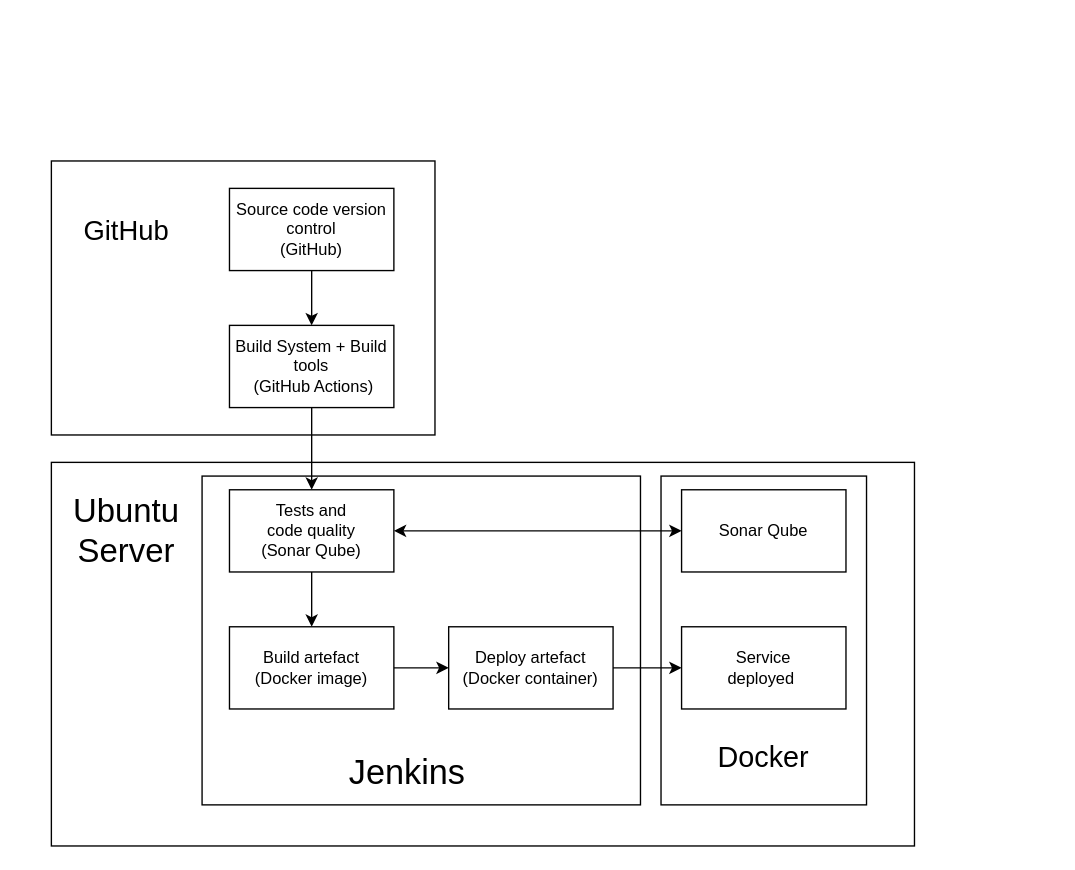
Above: documentation/pipeline.drawio in 100volts/100volts-desktop (draw.io), before the change. Source tidied: cells renumbered, new cells numbered last; positions are measured from the earlier drawing's top-left corner, leaving out a move shared by most shapes. Both pictures are drawn from the tidied source at 137%, with x=0, y=0 at pixel (23, 160).
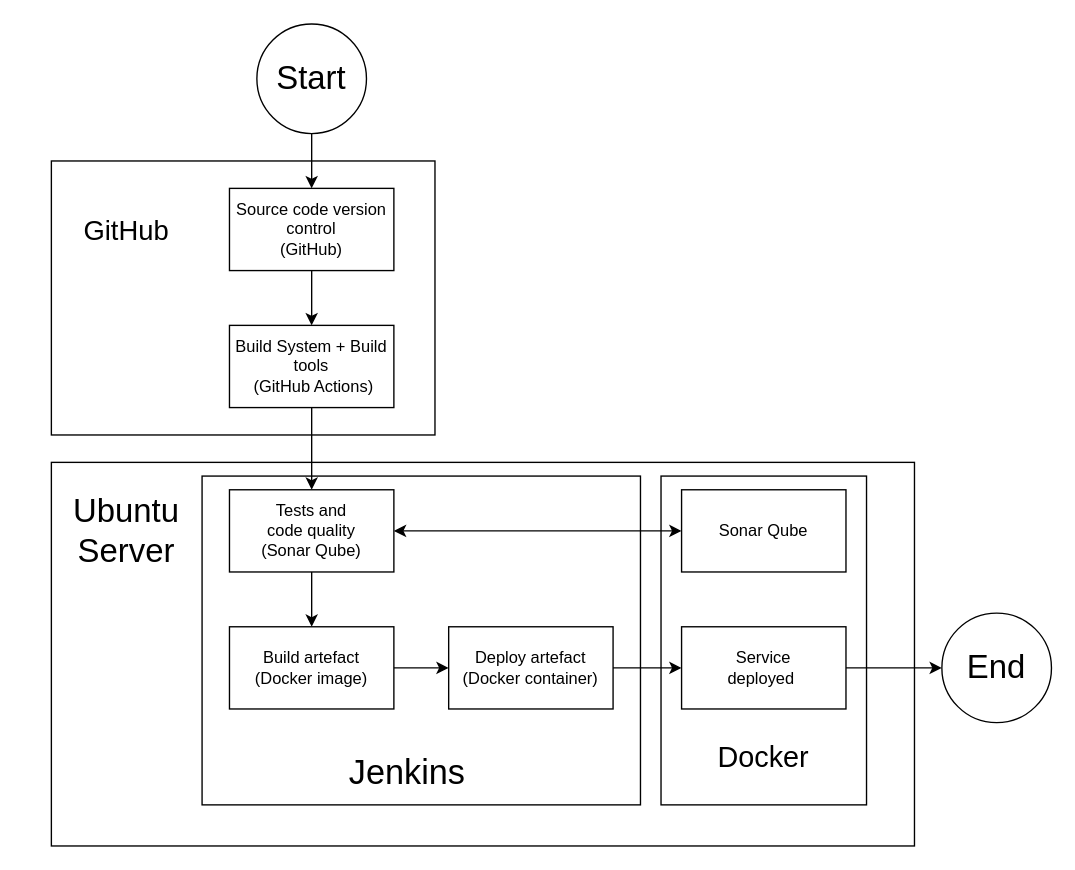
The same page after the edit.

The change refers to these unchanged cells:
```xml
<mxCell id="6" value="Source code version control&lt;div&gt;(GitHub)&lt;/div&gt;" style="rounded=0;whiteSpace=wrap;html=1;" parent="1" vertex="1">
  <mxGeometry x="150" y="20" width="120" height="60" as="geometry" />
</mxCell>
<mxCell id="20" value="Service&lt;div&gt;deployed&amp;nbsp;&lt;/div&gt;" style="rounded=0;whiteSpace=wrap;html=1;" parent="1" vertex="1">
  <mxGeometry x="480" y="340" width="120" height="60" as="geometry" />
</mxCell>
```

Diff of the diagram source:
```diff
@@
+    <mxCell id="23" style="edgeStyle=orthogonalEdgeStyle;rounded=0;jettySize=auto;html=1;entryX=0;entryY=0.5;entryDx=0;entryDy=0;" parent="1" edge="1" source="20" target="26">
+      <mxGeometry relative="1" as="geometry" />
+    </mxCell>
@@
+    <mxCell id="24" style="edgeStyle=orthogonalEdgeStyle;rounded=0;jettySize=auto;html=1;entryX=0.5;entryY=0;entryDx=0;entryDy=0;" parent="1" edge="1" source="25" target="6">
+      <mxGeometry relative="1" as="geometry" />
+    </mxCell>
+    <mxCell id="25" value="&lt;font style=&quot;font-size: 24px;&quot;&gt;Start&lt;/font&gt;" style="ellipse;whiteSpace=wrap;html=1;" parent="1" vertex="1">
+      <mxGeometry x="170" y="-100" width="80" height="80" as="geometry" />
+    </mxCell>
+    <mxCell id="26" value="&lt;font style=&quot;font-size: 24px;&quot;&gt;End&lt;/font&gt;" style="ellipse;whiteSpace=wrap;html=1;" parent="1" vertex="1">
+      <mxGeometry x="670" y="330" width="80" height="80" as="geometry" />
+    </mxCell>
```
